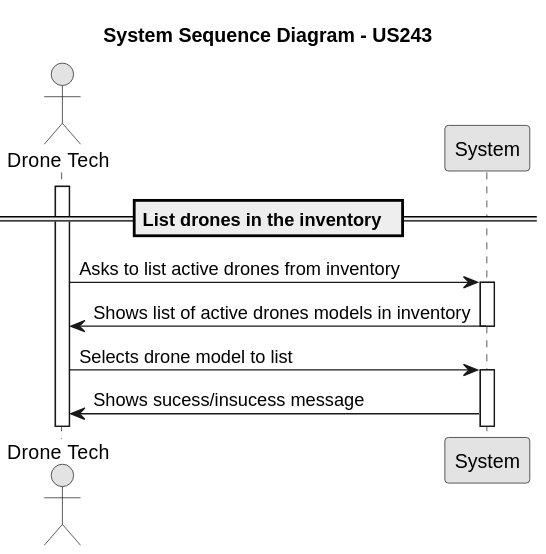
Above: docs/Sprint2/us_243/images/system-sequence-diagram-US243.svg in rubenFreitas1/ISEP-LAPR4-2024-2025 (PlantUML), before the change.
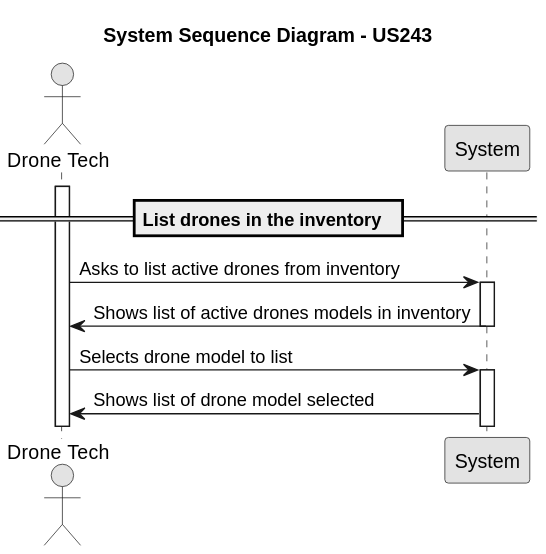
Above is the later version.

Commit message:
updated SSD for issue #29

What changed in the source:
```diff
@@ -19,5 +19,5 @@
 droneTech -> system : Selects drone model to list
 
 activate system
-system -> droneTech : Shows sucess/insucess message
+system -> droneTech : Shows list of drone model selected
 @enduml
```
